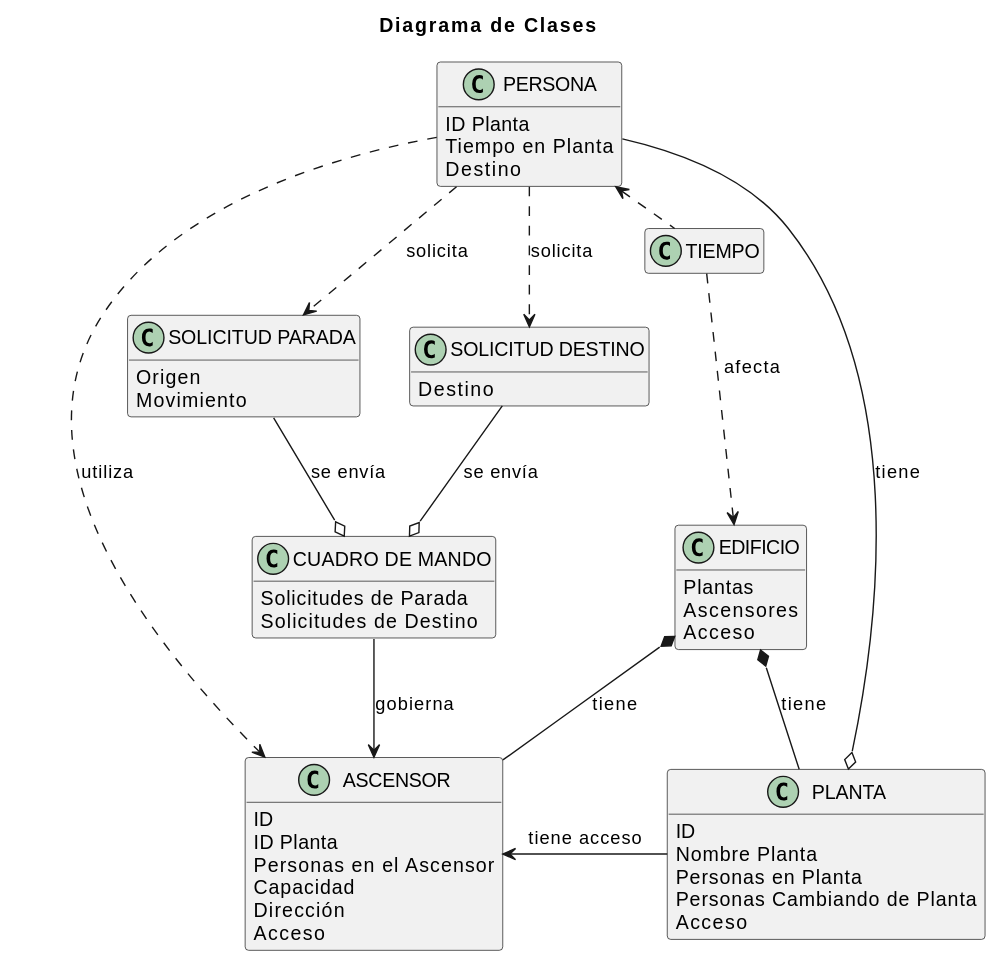
Earlier version of the PlantUML export docs/Modelo_de_Dominio/Diagramas_de_Clases/Diagrama_de_Clases.svg (mmasias/23-24-IdSw2-SDD).
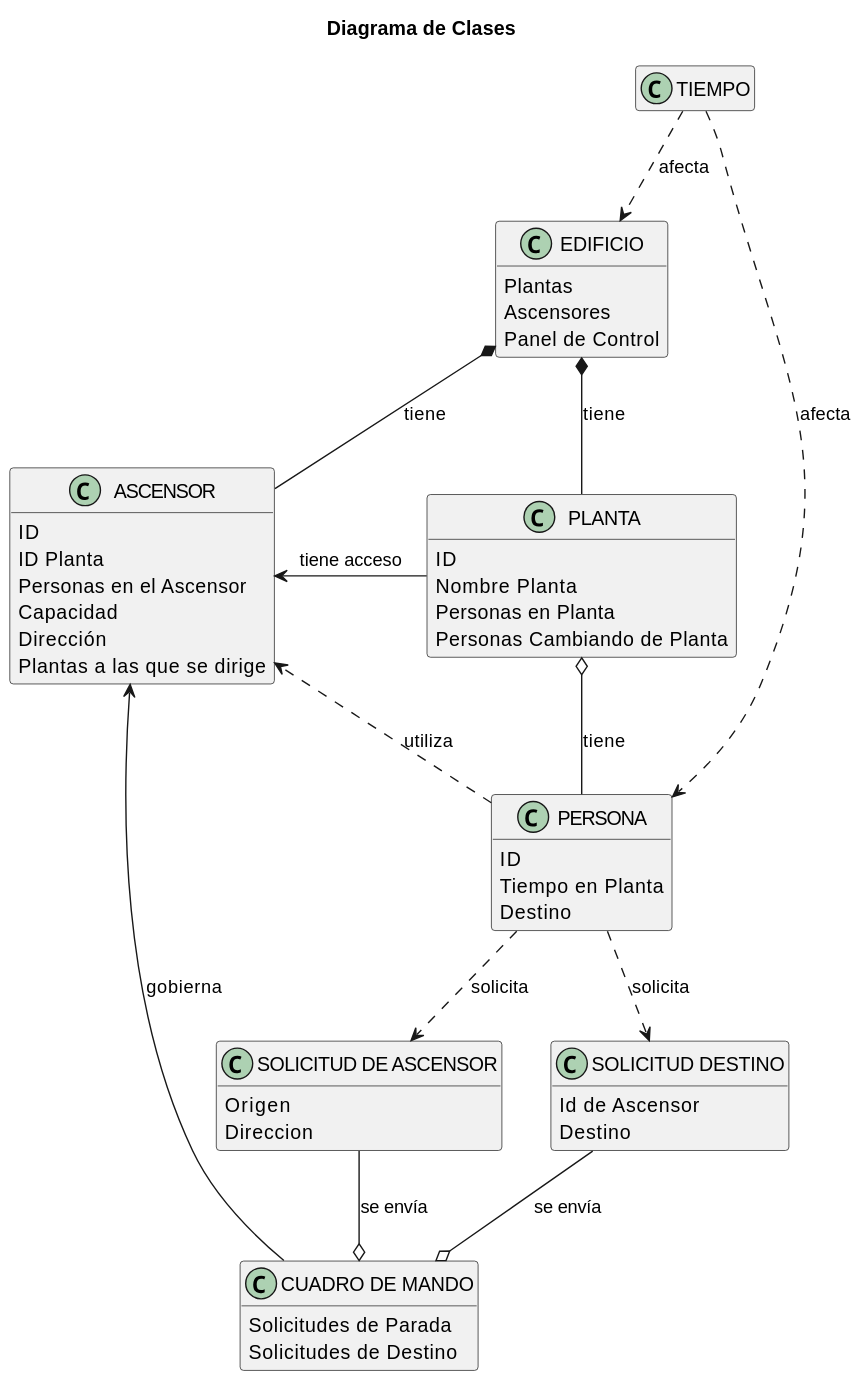
The same file after the commit.

Commit message:
Cambios en el diagrama de clases del modelo de dominio

What changed in the source:
```diff
@@ -1,5 +1,4 @@
-@startuml Diagrama_de_Clases
-
+@startuml
 title Diagrama de Clases
 
 skinparam {
@@ -15,12 +14,12 @@
     Personas en el Ascensor
     Capacidad
     Dirección
-    Acceso
+    Plantas a las que se dirige
 }
 
 class PERSONA
 {
-    ID Planta
+    ID
     Tiempo en Planta
     Destino
 }
@@ -31,21 +30,19 @@
     Solicitudes de Destino
 }
 
-
 class PLANTA
 {
     ID
     Nombre Planta
     Personas en Planta
     Personas Cambiando de Planta
-    Acceso
 }
 
 class EDIFICIO
 {
     Plantas
     Ascensores
-    Acceso
+    Panel de Control
 }
 
 class TIEMPO
@@ -53,17 +50,17 @@
 
 }
 
-class "SOLICITUD PARADA"
+class "SOLICITUD DE ASCENSOR"
 {
     Origen
-    Movimiento
+    Direccion
 }
 
 class "SOLICITUD DESTINO"
 {
+    Id de Ascensor
     Destino
 }
-
 
 EDIFICIO *-- PLANTA : tiene
 EDIFICIO *-- ASCENSOR : tiene
@@ -71,13 +68,12 @@
 PLANTA -left-> ASCENSOR : tiene acceso
 PERSONA ..> ASCENSOR : utiliza
 
-PERSONA ..> "SOLICITUD PARADA" : solicita
+PERSONA ..> "SOLICITUD DE ASCENSOR" : solicita
 PERSONA ..> "SOLICITUD DESTINO" : solicita
 "CUADRO DE MANDO" --> ASCENSOR : gobierna
-"SOLICITUD PARADA" --o "CUADRO DE MANDO" : se envía
+"SOLICITUD DE ASCENSOR" --o "CUADRO DE MANDO" : se envía
 "SOLICITUD DESTINO" --o "CUADRO DE MANDO" : se envía
 
-TIEMPO .left.> PERSONA : afecta
+TIEMPO .down.> PERSONA : afecta
 TIEMPO ..> EDIFICIO : afecta
-
 @enduml
```
